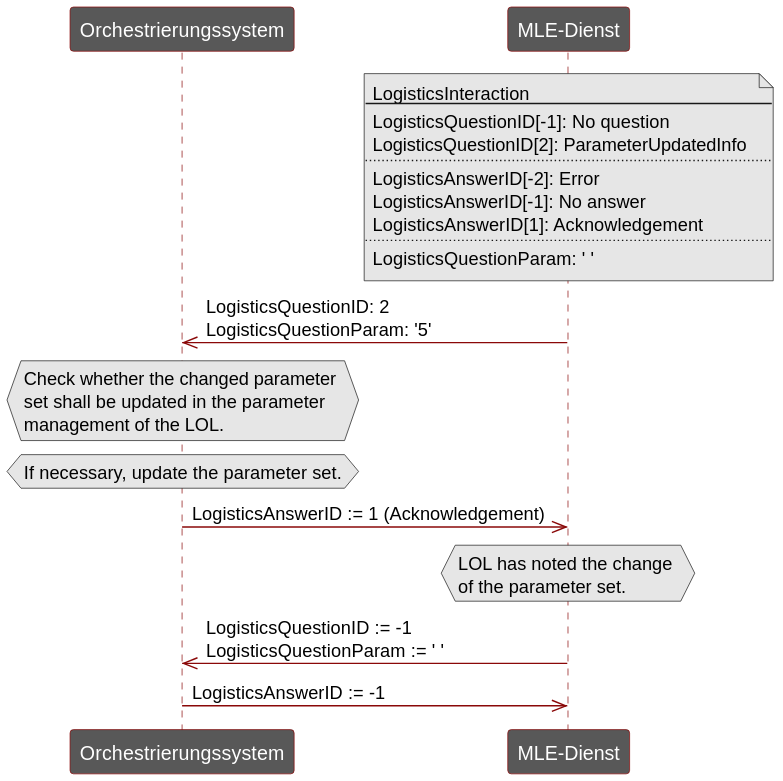
Before: 03_Logistics_Equipment_Assemblies/Fig_3.4_ParamUpdated.svg, a diagram exported from PlantUML (Blumi102/MTP4Logistics). Its diagram source:
```plantuml
@startuml ParameterUpdatedInfo
skinparam backgroundColor #FFFFFF

skinparam sequence {
ArrowColor #8A0808
LifeLineBorderColor #8A0808

ParticipantBorderColor #8A0808
ParticipantBackgroundColor #585858
ParticipantFontColor #FFFFFF
}

skinparam note {
borderColor #000000
backgroundColor #E6E6E6
}

participant "Orchestrierungssystem" as DZ order 1
participant "MLE-Dienst" as Service order 2

note over Service
LogisticsInteraction
--
LogisticsQuestionID[-1]: No question
LogisticsQuestionID[2]: ParameterUpdatedInfo
..
LogisticsAnswerID[-2]: Error
LogisticsAnswerID[-1]: No answer
LogisticsAnswerID[1]: Acknowledgement
..
LogisticsQuestionParam: ' '
end note

DZ <<- Service: LogisticsQuestionID: 2\nLogisticsQuestionParam: '5'

hnote over DZ
Check whether the changed parameter
set shall be updated in the parameter
management of the LOL.
end hnote

hnote over DZ
If necessary, update the parameter set.
end hnote

DZ ->> Service: LogisticsAnswerID := 1 (Acknowledgement)

hnote over Service
LOL has noted the change
of the parameter set.
end hnote

DZ <<- Service: LogisticsQuestionID := -1\nLogisticsQuestionParam := ' '
DZ ->> Service: LogisticsAnswerID := -1

@enduml
```
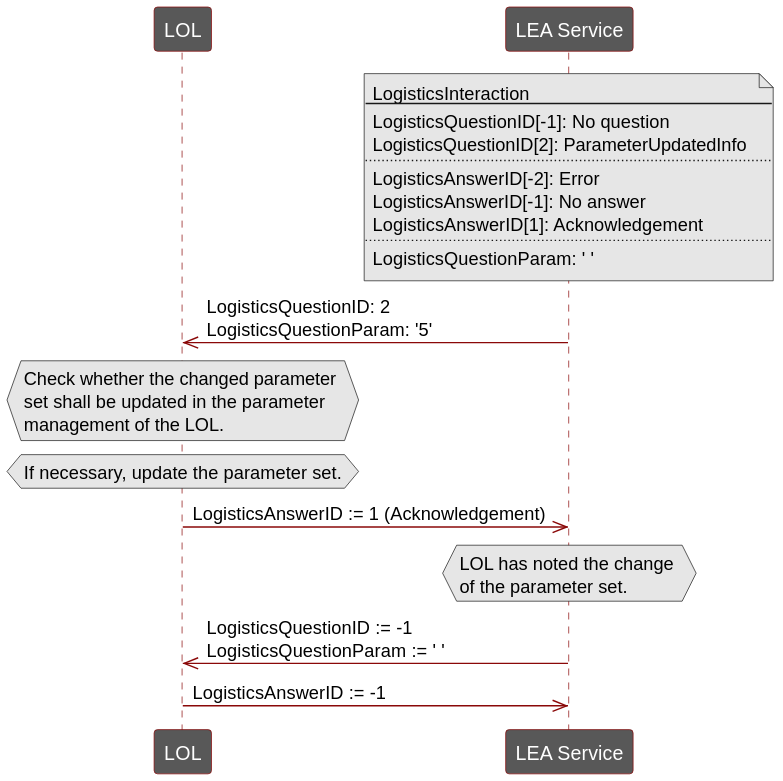
Later version of the same file.

Diff of the diagram source:
```diff
@@ -15,8 +15,8 @@
 backgroundColor #E6E6E6
 }
 
-participant "Orchestrierungssystem" as DZ order 1
-participant "MLE-Dienst" as Service order 2
+participant "LOL" as DZ order 1
+participant "LEA Service" as Service order 2
 
 note over Service
 LogisticsInteraction
```
